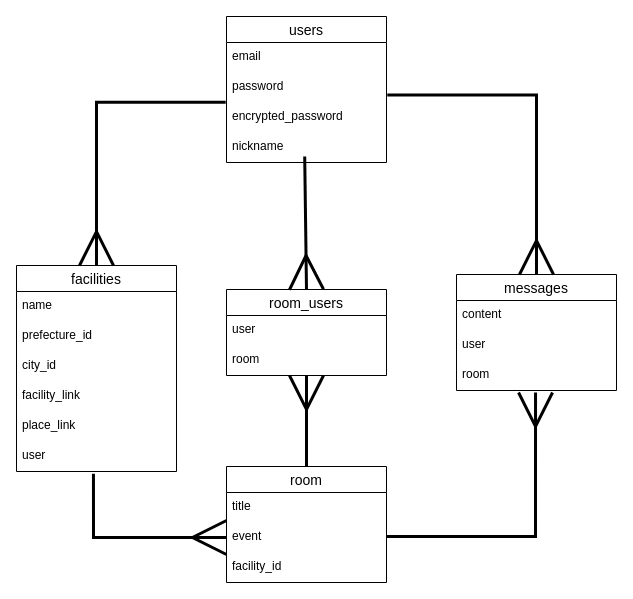
Above: ER.dio in coronnoniwa/asobiba (draw.io), before the change. Source tidied: cells renumbered, new cells numbered last; positions are measured from the earlier drawing's top-left corner, leaving out a move shared by most shapes. Both pictures are drawn from the tidied source at 100%, with x=0, y=0 at pixel (16, 16).
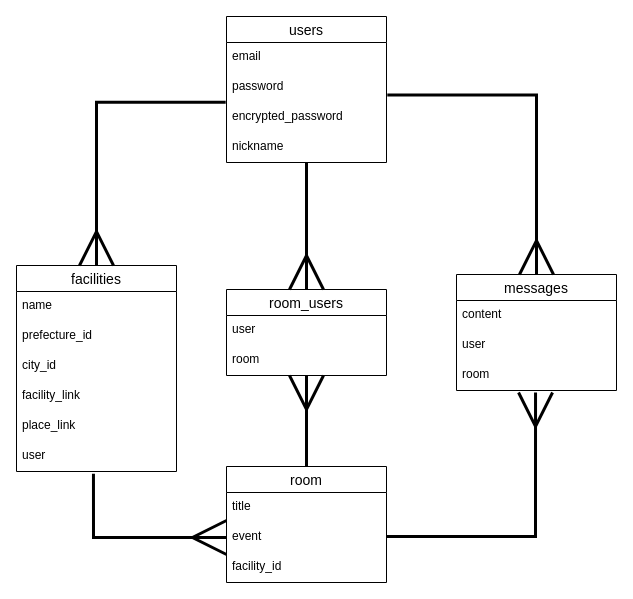
Above is the later version.

The change refers to these unchanged cells:
```xml
<mxCell id="2" value="users" style="swimlane;fontStyle=0;horizontal=1;startSize=26;align=center;fontSize=14;" parent="1" vertex="1">
  <mxGeometry x="210" width="160" height="146" as="geometry" />
</mxCell>
<mxCell id="19" value="room_users" style="swimlane;fontStyle=0;horizontal=1;startSize=26;align=center;fontSize=14;" parent="1" vertex="1">
  <mxGeometry x="210" y="273" width="160" height="86" as="geometry" />
</mxCell>
```

The edit, as a diff of the source:
```diff
@@
-    <mxCell id="27" style="edgeStyle=none;html=1;strokeWidth=3;startArrow=ERmany;startFill=0;endArrow=none;endFill=0;startSize=30;targetPerimeterSpacing=1;exitX=0.5;exitY=0;exitDx=0;exitDy=0;entryX=0.489;entryY=1.131;entryDx=0;entryDy=0;entryPerimeter=0;" parent="1" edge="1" source="19">
-      <mxGeometry relative="1" as="geometry">
-        <mxPoint x="288.2" y="139.9" as="targetPoint" />
-      </mxGeometry>
+    <mxCell id="27" style="edgeStyle=none;html=1;strokeWidth=3;startArrow=ERmany;startFill=0;endArrow=none;endFill=0;startSize=30;targetPerimeterSpacing=1;exitX=0.5;exitY=0;exitDx=0;exitDy=0;entryX=0.5;entryY=1;entryDx=0;entryDy=0;" parent="1" edge="1" source="19" target="2">
+      <mxGeometry relative="1" as="geometry" />
     </mxCell>
```
